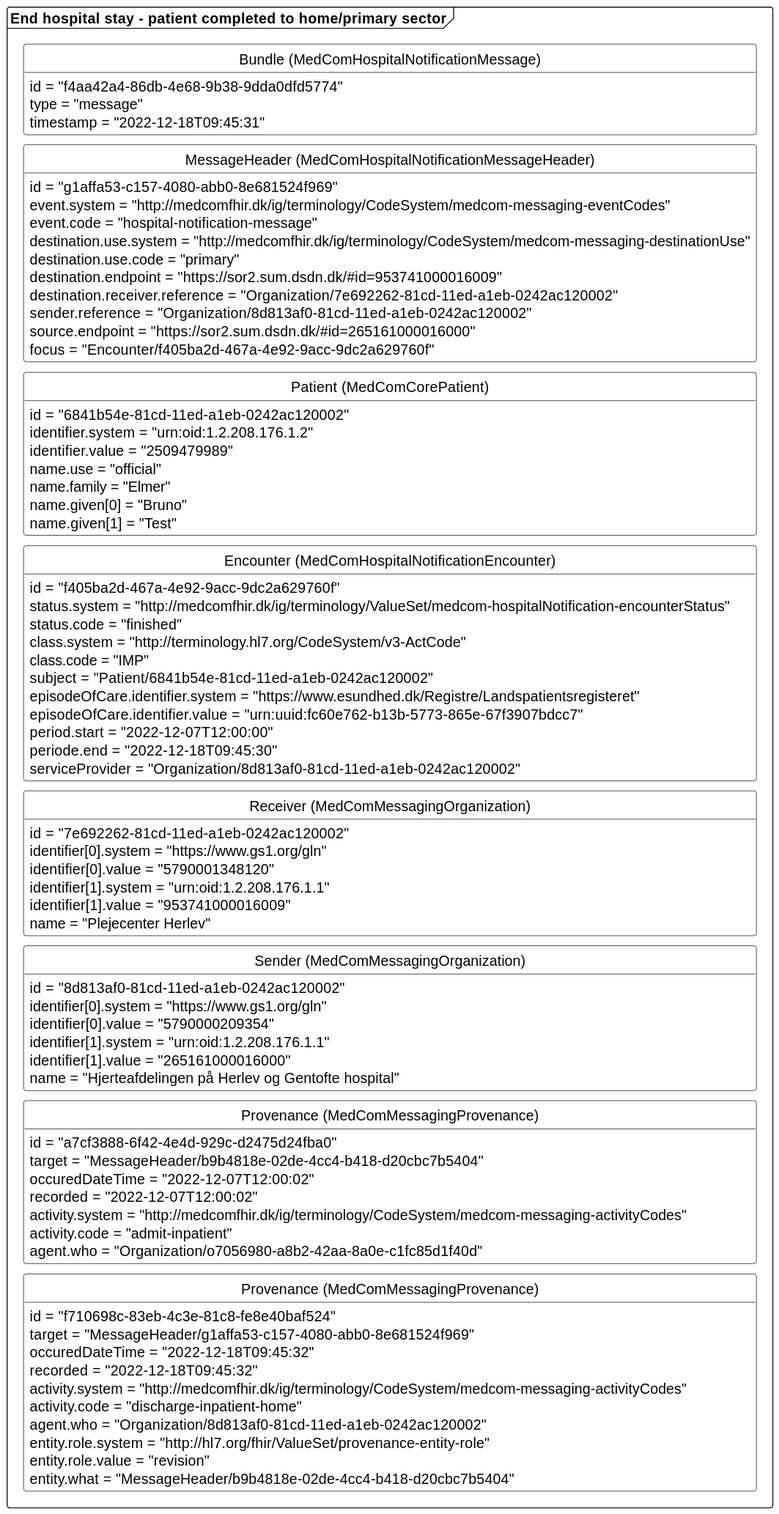
Above: input/images/hospitalnotification/HNdischargeInPat.svg in medcomdk/dk-medcom-hospitalnotification (PlantUML), before the change. The source it was exported from:
```plantuml
@startuml HNdischargeInPat

skinparam class {
    BackgroundColor White
    BorderColor Black
    ArrowColor Black
  }
hide circle
hide empty members
skinparam SameClassWidth true
skinparam Ranksep 10


package "End hospital stay - patient completed to home/primary sector" as finished <<Frame>>{
    class "Bundle  (MedComHospitalNotificationMessage)" as finishedB{
        id = "f4aa42a4-86db-4e68-9b38-9dda0dfd5774"
        type = "message"
        timestamp = "2022-12-18T09:45:31"
    }
    class "MessageHeader  (MedComHospitalNotificationMessageHeader)" as finishedMH{
        id = "g1affa53-c157-4080-abb0-8e681524f969"
        event.system = "http://medcomfhir.dk/ig/terminology/CodeSystem/medcom-messaging-eventCodes"
        event.code = "hospital-notification-message"
        destination.use.system = "http://medcomfhir.dk/ig/terminology/CodeSystem/medcom-messaging-destinationUse"
        destination.use.code = "primary"
        destination.endpoint = "https://sor2.sum.dsdn.dk/#id=953741000016009"
        destination.receiver.reference = "Organization/7e692262-81cd-11ed-a1eb-0242ac120002"
        sender.reference = "Organization/8d813af0-81cd-11ed-a1eb-0242ac120002"
        source.endpoint = "https://sor2.sum.dsdn.dk/#id=265161000016000"
        focus = "Encounter/f405ba2d-467a-4e92-9acc-9dc2a629760f"
    }
    class "Patient  (MedComCorePatient)" as finishedPT{
        id = "6841b54e-81cd-11ed-a1eb-0242ac120002"
        identifier.system = "urn:oid:1.2.208.176.1.2"
        identifier.value = "2509479989"
        name.use = "official"
        name.family = "Elmer"
        name.given[0] = "Bruno"
        name.given[1] = "Test"
    }
    class "Encounter  (MedComHospitalNotificationEncounter)" as finishedENC{
        id = "f405ba2d-467a-4e92-9acc-9dc2a629760f"
        status.system = "http://medcomfhir.dk/ig/terminology/ValueSet/medcom-hospitalNotification-encounterStatus"
        status.code = "finished"
        class.system = "http://terminology.hl7.org/CodeSystem/v3-ActCode"
        class.code = "IMP"
        subject = "Patient/6841b54e-81cd-11ed-a1eb-0242ac120002"
        episodeOfCare.identifier.system = "https://www.esundhed.dk/Registre/Landspatientsregisteret"
        episodeOfCare.identifier.value = "urn:uuid:fc60e762-b13b-5773-865e-67f3907bdcc7"
        period.start = "2022-12-07T12:00:00"
        periode.end = "2022-12-18T09:45:30"
        serviceProvider = "Organization/8d813af0-81cd-11ed-a1eb-0242ac120002"
    }
    class "Receiver (MedComMessagingOrganization)" as finishedROrg{
        id = "7e692262-81cd-11ed-a1eb-0242ac120002"
        identifier[0].system = "https://www.gs1.org/gln"
        identifier[0].value = "5790001348120"
        identifier[1].system = "urn:oid:1.2.208.176.1.1"
        identifier[1].value = "953741000016009"
        name = "Plejecenter Herlev"
    }
    class "Sender (MedComMessagingOrganization)" as finishedSOrg{
        id = "8d813af0-81cd-11ed-a1eb-0242ac120002"
        identifier[0].system = "https://www.gs1.org/gln"
        identifier[0].value = "5790000209354"
        identifier[1].system = "urn:oid:1.2.208.176.1.1"
        identifier[1].value = "265161000016000"
        name = "Hjerteafdelingen på Herlev og Gentofte hospital"
    }
    class "Provenance (MedComMessagingProvenance)" as admitfinishedPRO{
        id = "a7cf3888-6f42-4e4d-929c-d2475d24fba0"
        target = "MessageHeader/b9b4818e-02de-4cc4-b418-d20cbc7b5404"
        occuredDateTime = "2022-12-07T12:00:02"
        recorded = "2022-12-07T12:00:02"
        activity.system = "http://medcomfhir.dk/ig/terminology/CodeSystem/medcom-messaging-activityCodes"
        activity.code = "admit-inpatient"
        agent.who = "Organization/o7056980-a8b2-42aa-8a0e-c1fc85d1f40d"
    }
    class "Provenance (MedComMessagingProvenance)" as finishedPRO{
        id = "f710698c-83eb-4c3e-81c8-fe8e40baf524"
        target = "MessageHeader/g1affa53-c157-4080-abb0-8e681524f969"
        occuredDateTime = "2022-12-18T09:45:32"
        recorded = "2022-12-18T09:45:32"
        activity.system = "http://medcomfhir.dk/ig/terminology/CodeSystem/medcom-messaging-activityCodes"
        activity.code = "discharge-inpatient-home"
        agent.who = "Organization/8d813af0-81cd-11ed-a1eb-0242ac120002"
        entity.role.system = "http://hl7.org/fhir/ValueSet/provenance-entity-role"
        entity.role.value = "revision"
        entity.what = "MessageHeader/b9b4818e-02de-4cc4-b418-d20cbc7b5404"
    }
finishedB-[hidden]-finishedMH
finishedMH-[hidden]-finishedPT
finishedPT-[hidden]-finishedENC
finishedENC-[hidden]-finishedROrg
finishedROrg-[hidden]-finishedSOrg
finishedSOrg-[hidden]-admitfinishedPRO
admitfinishedPRO-[hidden]-finishedPRO

}


@enduml
```
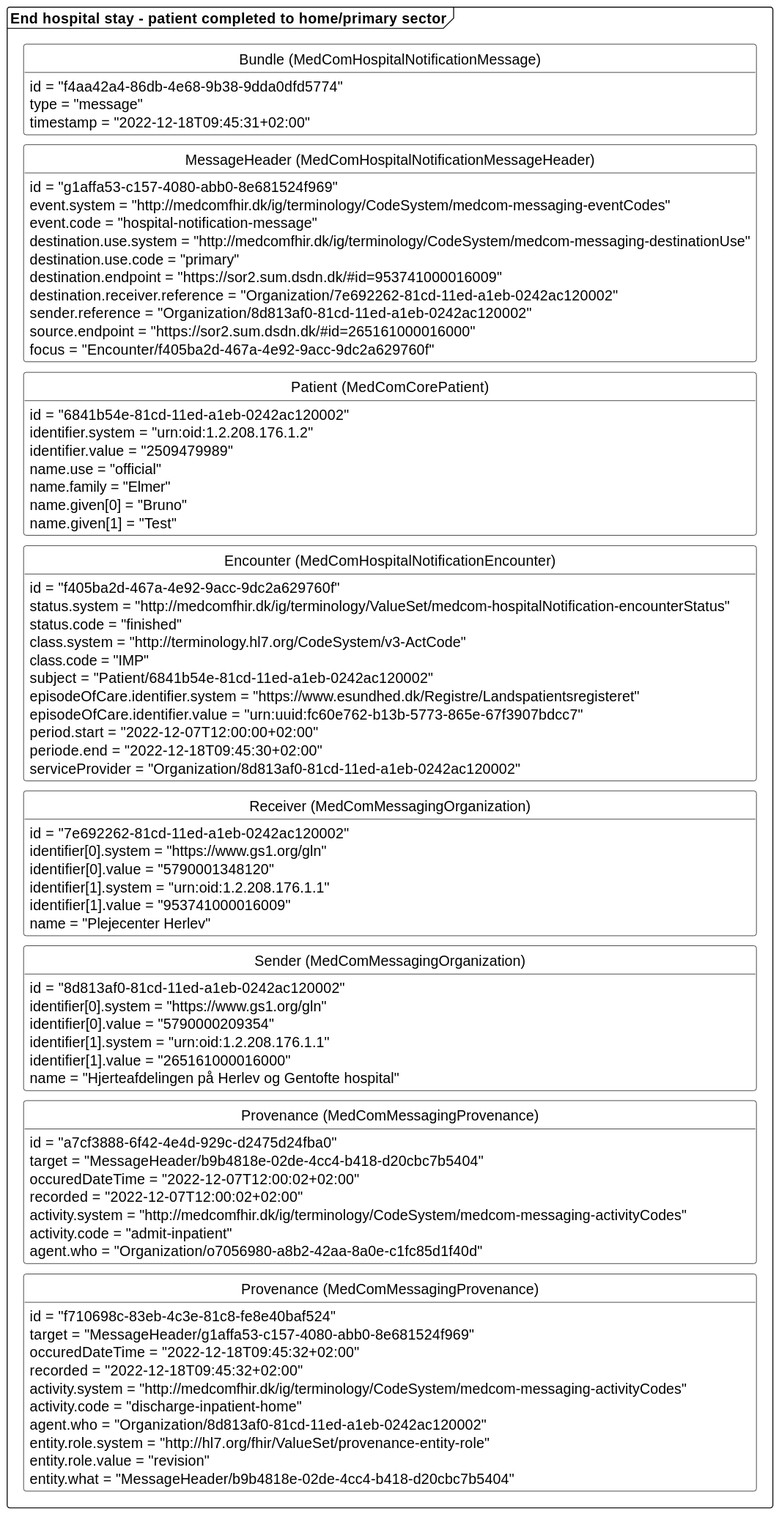
After the change.

Change to the diagram source:
```diff
@@ -15,7 +15,7 @@
     class "Bundle  (MedComHospitalNotificationMessage)" as finishedB{
         id = "f4aa42a4-86db-4e68-9b38-9dda0dfd5774"
         type = "message"
-        timestamp = "2022-12-18T09:45:31"
+        timestamp = "2022-12-18T09:45:31+02:00"
     }
     class "MessageHeader  (MedComHospitalNotificationMessageHeader)" as finishedMH{
         id = "g1affa53-c157-4080-abb0-8e681524f969"
@@ -47,8 +47,8 @@
         subject = "Patient/6841b54e-81cd-11ed-a1eb-0242ac120002"
         episodeOfCare.identifier.system = "https://www.esundhed.dk/Registre/Landspatientsregisteret"
         episodeOfCare.identifier.value = "urn:uuid:fc60e762-b13b-5773-865e-67f3907bdcc7"
-        period.start = "2022-12-07T12:00:00"
-        periode.end = "2022-12-18T09:45:30"
+        period.start = "2022-12-07T12:00:00+02:00"
+        periode.end = "2022-12-18T09:45:30+02:00"
         serviceProvider = "Organization/8d813af0-81cd-11ed-a1eb-0242ac120002"
     }
     class "Receiver (MedComMessagingOrganization)" as finishedROrg{
@@ -70,8 +70,8 @@
     class "Provenance (MedComMessagingProvenance)" as admitfinishedPRO{
         id = "a7cf3888-6f42-4e4d-929c-d2475d24fba0"
         target = "MessageHeader/b9b4818e-02de-4cc4-b418-d20cbc7b5404"
-        occuredDateTime = "2022-12-07T12:00:02"
-        recorded = "2022-12-07T12:00:02"
+        occuredDateTime = "2022-12-07T12:00:02+02:00"
+        recorded = "2022-12-07T12:00:02+02:00"
         activity.system = "http://medcomfhir.dk/ig/terminology/CodeSystem/medcom-messaging-activityCodes"
         activity.code = "admit-inpatient"
         agent.who = "Organization/o7056980-a8b2-42aa-8a0e-c1fc85d1f40d"
@@ -79,8 +79,8 @@
     class "Provenance (MedComMessagingProvenance)" as finishedPRO{
         id = "f710698c-83eb-4c3e-81c8-fe8e40baf524"
         target = "MessageHeader/g1affa53-c157-4080-abb0-8e681524f969"
-        occuredDateTime = "2022-12-18T09:45:32"
-        recorded = "2022-12-18T09:45:32"
+        occuredDateTime = "2022-12-18T09:45:32+02:00"
+        recorded = "2022-12-18T09:45:32+02:00"
         activity.system = "http://medcomfhir.dk/ig/terminology/CodeSystem/medcom-messaging-activityCodes"
         activity.code = "discharge-inpatient-home"
         agent.who = "Organization/8d813af0-81cd-11ed-a1eb-0242ac120002"
```
